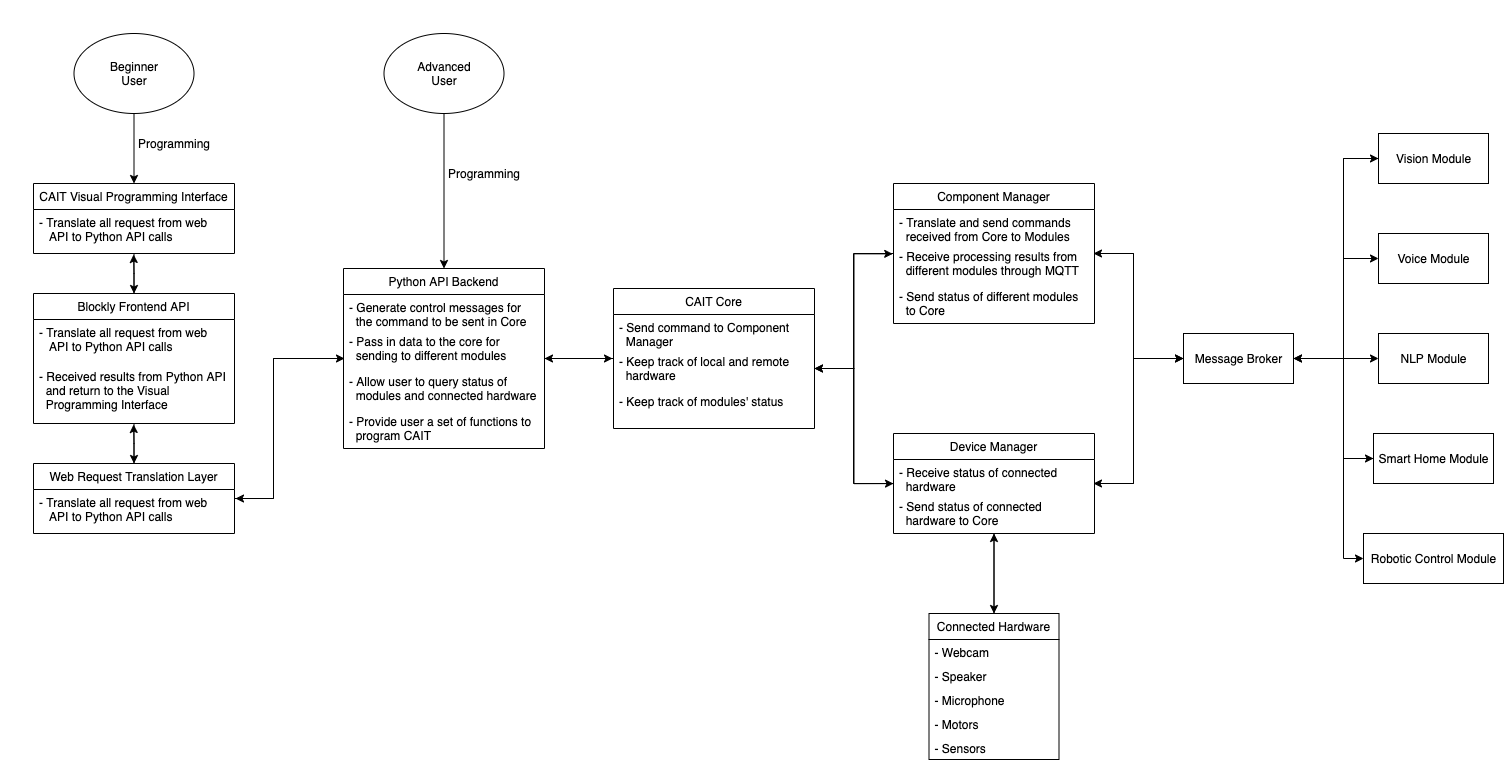
This is images/CAIT.png from cortictechnology/cait, a draw.io export, as it was before one commit. Source tidied: cells renumbered, new cells last; positions are measured from the earlier drawing's top-left corner, leaving out a move shared by most shapes.
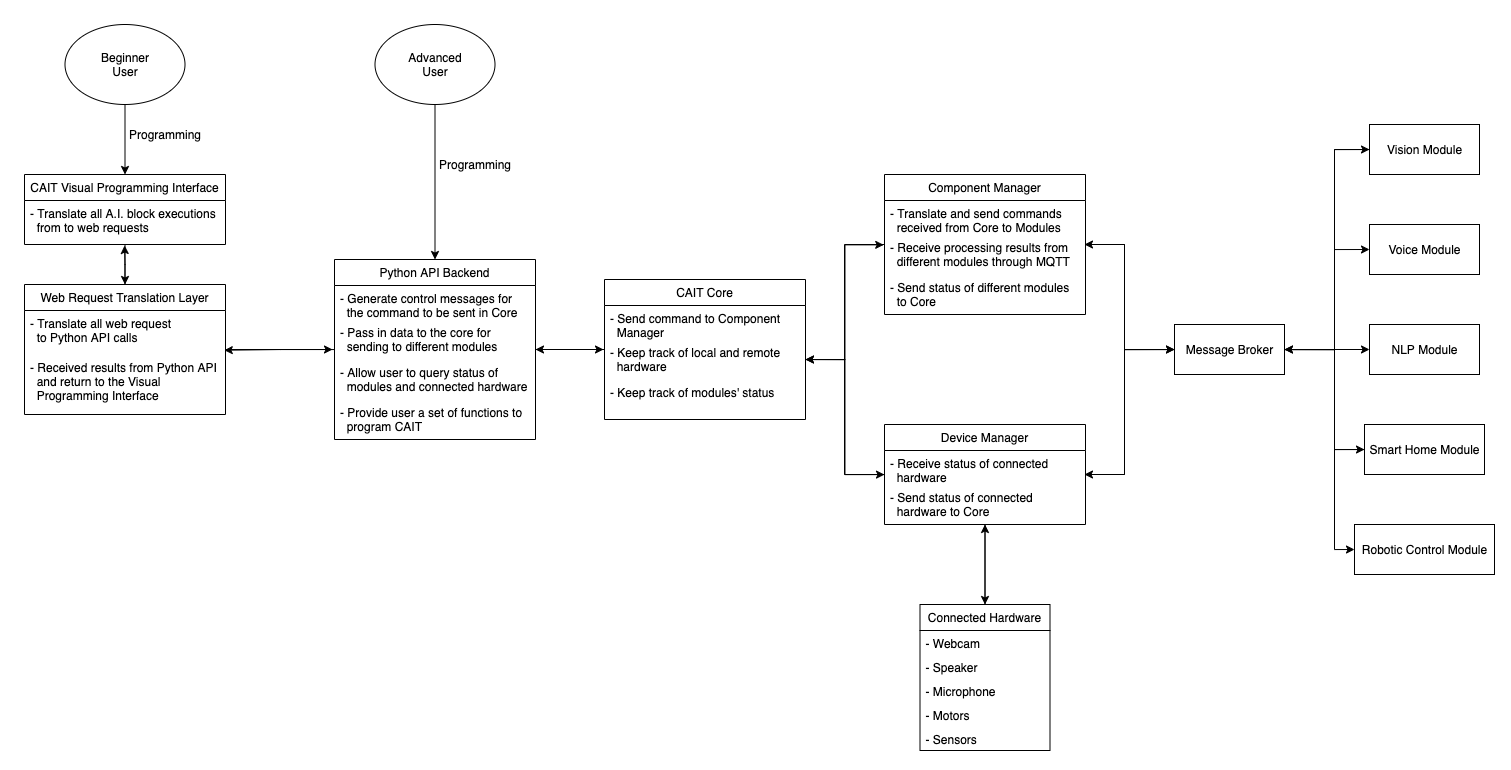
The same file after the commit.

What changed in the source:
```diff
@@ -179,17 +179,12 @@
     <mxCell id="40" value="Message Broker" style="html=1;" parent="1" vertex="1">
       <mxGeometry x="1150" y="300" width="110" height="50" as="geometry" />
     </mxCell>
-    <mxCell id="41" style="edgeStyle=orthogonalEdgeStyle;rounded=0;jettySize=auto;html=1;entryX=1.005;entryY=0.205;entryDx=0;entryDy=0;entryPerimeter=0;" parent="1" edge="1" source="43" target="51">
-      <mxGeometry relative="1" as="geometry">
-        <Array as="points">
-          <mxPoint x="240" y="325" />
-          <mxPoint x="240" y="465" />
-        </Array>
-      </mxGeometry>
-    </mxCell>
     <mxCell id="42" style="edgeStyle=orthogonalEdgeStyle;rounded=0;jettySize=auto;html=1;entryX=-0.005;entryY=0.25;entryDx=0;entryDy=0;entryPerimeter=0;" parent="1" edge="1" source="43" target="31">
       <mxGeometry relative="1" as="geometry" />
     </mxCell>
+    <mxCell id="70" style="edgeStyle=orthogonalEdgeStyle;rounded=0;jettySize=auto;html=1;entryX=0.994;entryY=0.903;entryDx=0;entryDy=0;entryPerimeter=0;" parent="1" edge="1" source="43" target="55">
+      <mxGeometry relative="1" as="geometry" />
+    </mxCell>
     <mxCell id="43" value="Python API Backend" style="swimlane;fontStyle=0;horizontal=1;startSize=26;fillColor=none;" parent="1" vertex="1">
       <mxGeometry x="310" y="235" width="201" height="180" as="geometry" />
     </mxCell>
@@ -205,33 +200,18 @@
     <mxCell id="47" value="- Provide user a set of functions to &#10;  program CAIT&#10;" style="text;strokeColor=none;fillColor=none;align=left;verticalAlign=top;spacingLeft=4;spacingRight=4;overflow=hidden;" parent="43" vertex="1">
       <mxGeometry y="140" width="201" height="40" as="geometry" />
     </mxCell>
-    <mxCell id="48" style="edgeStyle=orthogonalEdgeStyle;rounded=0;jettySize=auto;html=1;entryX=0.498;entryY=1.017;entryDx=0;entryDy=0;entryPerimeter=0;" parent="1" edge="1" source="50" target="56">
-      <mxGeometry relative="1" as="geometry" />
-    </mxCell>
-    <mxCell id="49" style="edgeStyle=orthogonalEdgeStyle;rounded=0;jettySize=auto;html=1;entryX=0.005;entryY=0.75;entryDx=0;entryDy=0;entryPerimeter=0;" parent="1" edge="1" source="50" target="45">
-      <mxGeometry relative="1" as="geometry">
-        <Array as="points">
-          <mxPoint x="240" y="465" />
-          <mxPoint x="240" y="325" />
-        </Array>
-      </mxGeometry>
-    </mxCell>
-    <mxCell id="50" value="Web Request Translation Layer" style="swimlane;fontStyle=0;horizontal=1;startSize=26;fillColor=none;" parent="1" vertex="1">
-      <mxGeometry y="430" width="201" height="70" as="geometry" />
-    </mxCell>
-    <mxCell id="51" value="- Translate all request from web&#10;   API to Python API calls&#10; " style="text;strokeColor=none;fillColor=none;align=left;verticalAlign=top;spacingLeft=4;spacingRight=4;overflow=hidden;points=[[0,0.5],[1,0.5]];portConstraint=eastwest;" parent="50" vertex="1">
-      <mxGeometry y="26" width="201" height="44" as="geometry" />
-    </mxCell>
     <mxCell id="52" style="edgeStyle=orthogonalEdgeStyle;rounded=0;jettySize=auto;html=1;entryX=0.498;entryY=1.023;entryDx=0;entryDy=0;entryPerimeter=0;" parent="1" edge="1" source="54" target="59">
       <mxGeometry relative="1" as="geometry" />
     </mxCell>
-    <mxCell id="53" style="edgeStyle=orthogonalEdgeStyle;rounded=0;jettySize=auto;html=1;" parent="1" edge="1" source="54" target="50">
-      <mxGeometry relative="1" as="geometry" />
-    </mxCell>
+    <mxCell id="71" style="edgeStyle=orthogonalEdgeStyle;rounded=0;jettySize=auto;html=1;" parent="1" edge="1" source="54">
+      <mxGeometry relative="1" as="geometry">
+        <mxPoint x="308" y="325" as="targetPoint" />
+      </mxGeometry>
+    </mxCell>
-    <mxCell id="54" value="Blockly Frontend API" style="swimlane;fontStyle=0;horizontal=1;startSize=26;fillColor=none;" parent="1" vertex="1">
+    <mxCell id="54" value="Web Request Translation Layer" style="swimlane;fontStyle=0;horizontal=1;startSize=26;fillColor=none;" parent="1" vertex="1">
       <mxGeometry y="260" width="201" height="130" as="geometry" />
     </mxCell>
-    <mxCell id="55" value="- Translate all request from web&#10;   API to Python API calls&#10;&#10; " style="text;strokeColor=none;fillColor=none;align=left;verticalAlign=top;spacingLeft=4;spacingRight=4;overflow=hidden;points=[[0,0.5],[1,0.5]];portConstraint=eastwest;" parent="54" vertex="1">
+    <mxCell id="55" value="- Translate all web request&#10;  to Python API calls&#10;&#10; " style="text;strokeColor=none;fillColor=none;align=left;verticalAlign=top;spacingLeft=4;spacingRight=4;overflow=hidden;points=[[0,0.5],[1,0.5]];portConstraint=eastwest;" parent="54" vertex="1">
       <mxGeometry y="26" width="201" height="44" as="geometry" />
     </mxCell>
     <mxCell id="56" value="- Received results from Python API &#10;  and return to the Visual&#10;  Programming Interface&#10;&#10; " style="text;strokeColor=none;fillColor=none;align=left;verticalAlign=top;spacingLeft=4;spacingRight=4;overflow=hidden;points=[[0,0.5],[1,0.5]];portConstraint=eastwest;" parent="54" vertex="1">
@@ -243,7 +223,7 @@
     <mxCell id="58" value="CAIT Visual Programming Interface" style="swimlane;fontStyle=0;horizontal=1;startSize=26;fillColor=none;" parent="1" vertex="1">
       <mxGeometry y="150" width="201" height="70" as="geometry" />
     </mxCell>
-    <mxCell id="59" value="- Translate all request from web&#10;   API to Python API calls&#10; " style="text;strokeColor=none;fillColor=none;align=left;verticalAlign=top;spacingLeft=4;spacingRight=4;overflow=hidden;points=[[0,0.5],[1,0.5]];portConstraint=eastwest;" parent="58" vertex="1">
+    <mxCell id="59" value="- Translate all A.I. block executions&#10;  from to web requests&#10; " style="text;strokeColor=none;fillColor=none;align=left;verticalAlign=top;spacingLeft=4;spacingRight=4;overflow=hidden;points=[[0,0.5],[1,0.5]];portConstraint=eastwest;" parent="58" vertex="1">
       <mxGeometry y="26" width="201" height="44" as="geometry" />
     </mxCell>
     <mxCell id="60" style="edgeStyle=orthogonalEdgeStyle;rounded=0;jettySize=auto;html=1;entryX=-0.004;entryY=0.259;entryDx=0;entryDy=0;entryPerimeter=0;" parent="1" edge="1" source="31" target="13">
```
